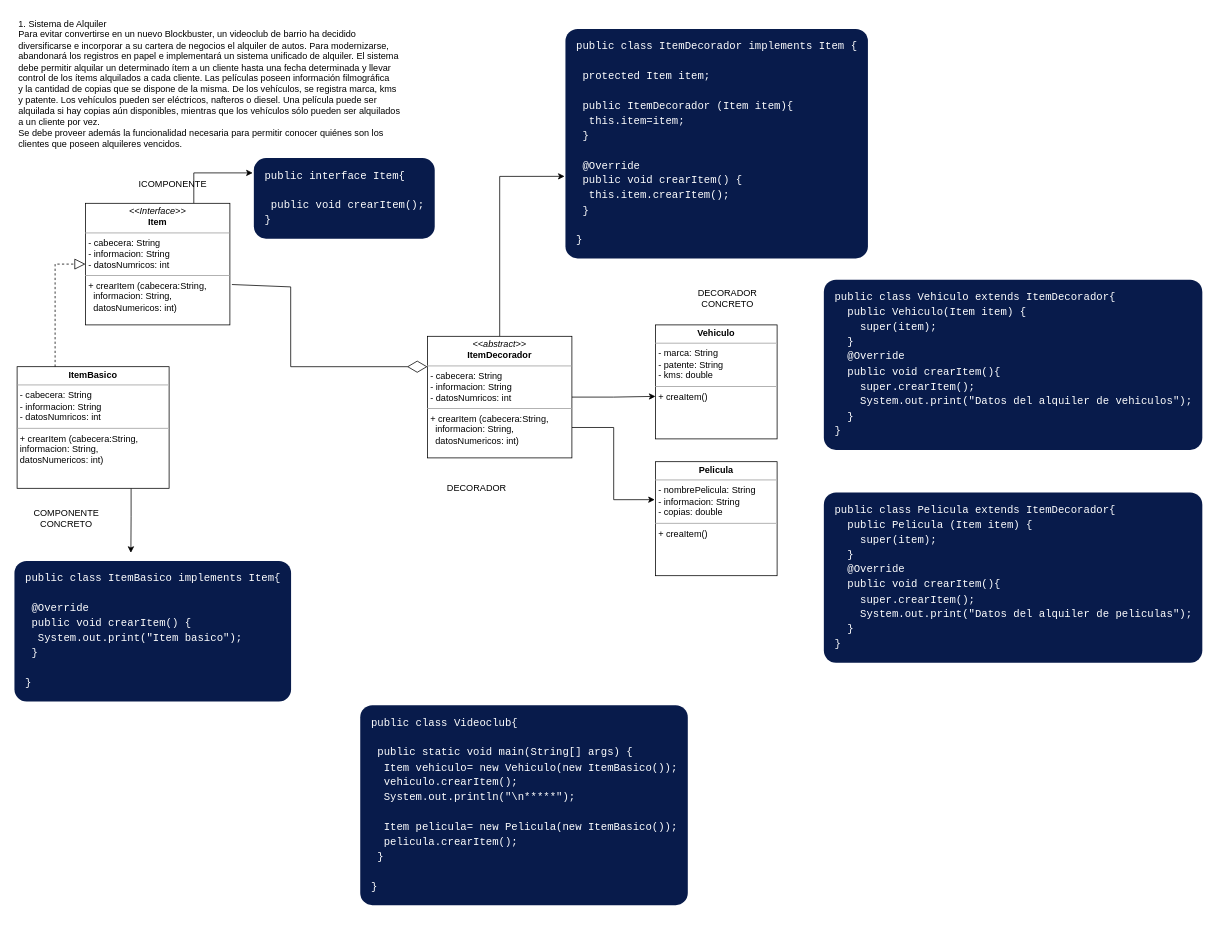
Earlier version of the draw.io diagram Prog2(TP6-Ejercicio1).drawio (darreceygor/Drawio). Source tidied: cells renumbered, new cells numbered last; positions are measured from the earlier drawing's top-left corner, leaving out a move shared by most shapes. Both pictures are drawn from the tidied source at 76%, with x=0, y=0 at pixel (13, 13).
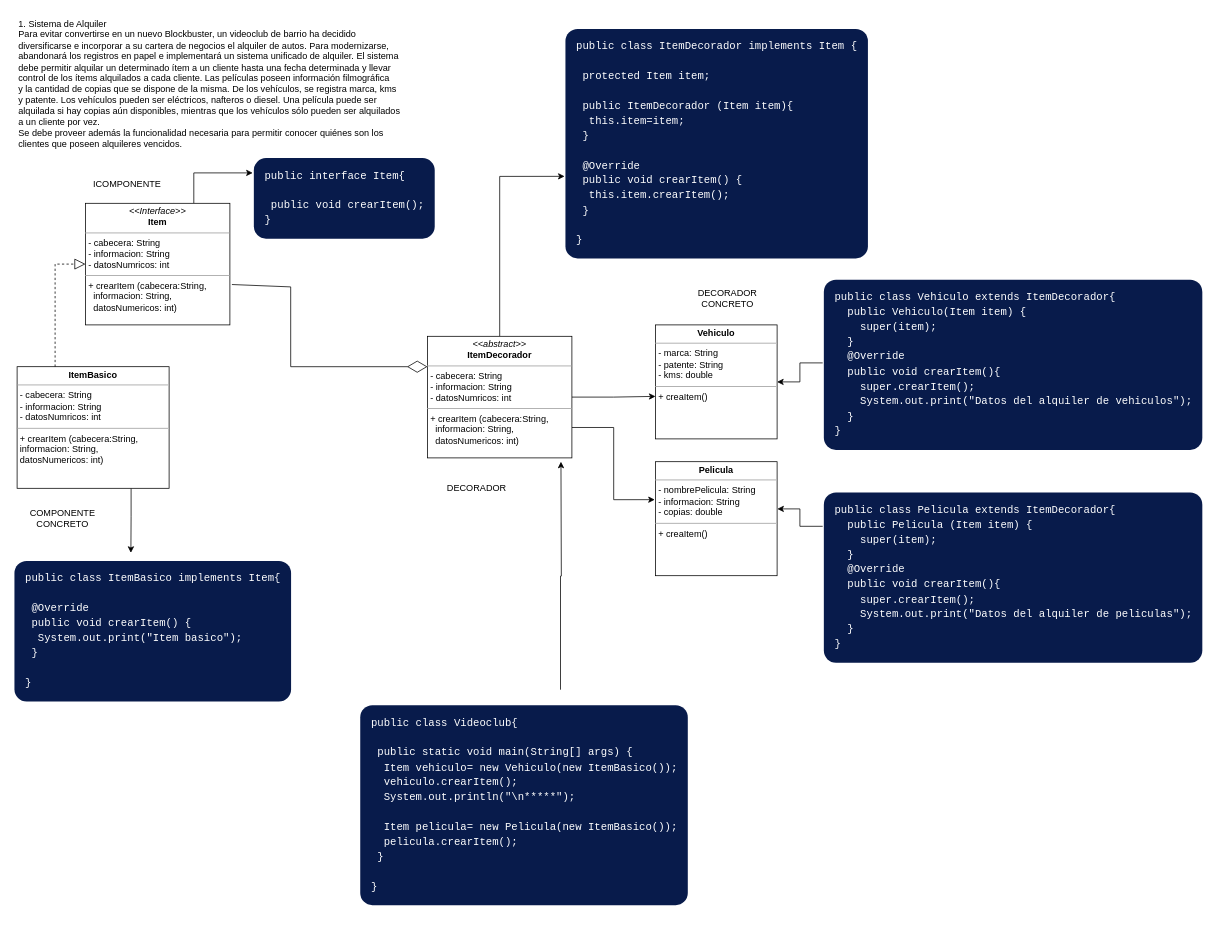
After the change.

The change refers to these unchanged cells:
```xml
<mxCell id="5" value="&lt;p style=&quot;margin:0px;margin-top:4px;text-align:center;&quot;&gt;&lt;b&gt;Vehiculo&lt;/b&gt;&lt;/p&gt;&lt;hr size=&quot;1&quot;&gt;&lt;p style=&quot;margin:0px;margin-left:4px;&quot;&gt;- marca: String&lt;/p&gt;&lt;p style=&quot;margin:0px;margin-left:4px;&quot;&gt;- patente: String&lt;/p&gt;&lt;p style=&quot;margin:0px;margin-left:4px;&quot;&gt;- kms: double&lt;/p&gt;&lt;hr size=&quot;1&quot;&gt;&lt;p style=&quot;margin:0px;margin-left:4px;&quot;&gt;+ creaItem()&lt;/p&gt;" style="verticalAlign=top;align=left;overflow=fill;fontSize=12;fontFamily=Helvetica;html=1;" parent="1" vertex="1">
  <mxGeometry x="845" y="410" width="160" height="150" as="geometry" />
</mxCell>
<mxCell id="6" value="&lt;p style=&quot;margin:0px;margin-top:4px;text-align:center;&quot;&gt;&lt;b&gt;Pelicula&lt;/b&gt;&lt;/p&gt;&lt;hr size=&quot;1&quot;&gt;&lt;p style=&quot;margin:0px;margin-left:4px;&quot;&gt;- nombrePelicula: String&lt;/p&gt;&lt;p style=&quot;margin:0px;margin-left:4px;&quot;&gt;- informacion: String&lt;/p&gt;&lt;p style=&quot;margin:0px;margin-left:4px;&quot;&gt;- copias: double&lt;/p&gt;&lt;hr size=&quot;1&quot;&gt;&lt;p style=&quot;margin:0px;margin-left:4px;&quot;&gt;+ creaItem()&lt;/p&gt;" style="verticalAlign=top;align=left;overflow=fill;fontSize=12;fontFamily=Helvetica;html=1;" parent="1" vertex="1">
  <mxGeometry x="845" y="590" width="160" height="150" as="geometry" />
</mxCell>
<mxCell id="22" value="&lt;pre style=&quot;box-sizing: border-box; font-family: monospace, monospace; font-size: 14px; background: rgb(8, 27, 75); border-radius: 16px; color: rgb(255, 255, 255); line-height: 1.4em; padding: 1em; display: block; margin: 1em 0px; overflow: auto; overflow-wrap: normal; font-style: normal; font-variant-ligatures: normal; font-variant-caps: normal; font-weight: 400; letter-spacing: normal; orphans: 2; text-align: left; text-indent: 0px; text-transform: none; widows: 2; word-spacing: 0px; -webkit-text-stroke-width: 0px; text-decoration-thickness: initial; text-decoration-style: initial; text-decoration-color: initial;&quot;&gt;&lt;code style=&quot;box-sizing: border-box; font-family: monospace, monospace; font-size: 14px; background: 0px center; border-radius: 0px; color: inherit; line-height: 1.4em; padding: 0px;&quot;&gt;public class Vehiculo extends ItemDecorador{&lt;br&gt;  public Vehiculo(Item item) {&lt;br&gt;    super(item);&lt;br&gt;  }&lt;br&gt;  @Override&lt;br&gt;  public void crearItem(){&lt;br&gt;    super.crearItem();&lt;br&gt;    System.out.print(&quot;Datos del alquiler de vehiculos&quot;);&lt;br&gt;  }&lt;br&gt;}&lt;/code&gt;&lt;/pre&gt;" style="text;whiteSpace=wrap;html=1;" parent="1" vertex="1">
  <mxGeometry x="1065" y="330" width="470" height="260" as="geometry" />
</mxCell>
<mxCell id="23" value="&lt;pre style=&quot;box-sizing: border-box; font-family: monospace, monospace; font-size: 14px; background: rgb(8, 27, 75); border-radius: 16px; color: rgb(255, 255, 255); line-height: 1.4em; padding: 1em; display: block; margin: 1em 0px; overflow: auto; overflow-wrap: normal; font-style: normal; font-variant-ligatures: normal; font-variant-caps: normal; font-weight: 400; letter-spacing: normal; orphans: 2; text-align: left; text-indent: 0px; text-transform: none; widows: 2; word-spacing: 0px; -webkit-text-stroke-width: 0px; text-decoration-thickness: initial; text-decoration-style: initial; text-decoration-color: initial;&quot;&gt;&lt;code style=&quot;box-sizing: border-box; font-family: monospace, monospace; font-size: 14px; background: 0px center; border-radius: 0px; color: inherit; line-height: 1.4em; padding: 0px;&quot;&gt;public class Pelicula extends ItemDecorador{&lt;br&gt;  public Pelicula (Item item) {&lt;br&gt;    super(item);&lt;br&gt;  }&lt;br&gt;  @Override&lt;br&gt;  public void crearItem(){&lt;br&gt;    super.crearItem();&lt;br&gt;    System.out.print(&quot;Datos del alquiler de peliculas&quot;);&lt;br&gt;  }&lt;br&gt;}&lt;/code&gt;&lt;/pre&gt;" style="text;whiteSpace=wrap;html=1;" parent="1" vertex="1">
  <mxGeometry x="1065" y="610" width="470" height="260" as="geometry" />
</mxCell>
```

Diff of the diagram source:
```diff
@@
     <mxCell id="10" value="ICOMPONENTE" style="text;html=1;strokeColor=none;fillColor=none;align=center;verticalAlign=middle;whiteSpace=wrap;rounded=0;" parent="1" vertex="1">
-      <mxGeometry x="145" y="210" width="130" height="30" as="geometry" />
+      <mxGeometry x="85" y="210" width="130" height="30" as="geometry" />
     </mxCell>
     <mxCell id="11" value="COMPONENTE CONCRETO" style="text;html=1;strokeColor=none;fillColor=none;align=center;verticalAlign=middle;whiteSpace=wrap;rounded=0;" parent="1" vertex="1">
-      <mxGeometry x="5" y="640" width="130" height="50" as="geometry" />
+      <mxGeometry y="640" width="130" height="50" as="geometry" />
     </mxCell>
@@
+    <mxCell id="25" style="edgeStyle=orthogonalEdgeStyle;rounded=0;jettySize=auto;html=1;exitX=0;exitY=0.5;exitDx=0;exitDy=0;entryX=1;entryY=0.5;entryDx=0;entryDy=0;" parent="1" edge="1" source="22" target="5">
+      <mxGeometry relative="1" as="geometry" />
+    </mxCell>
@@
+    <mxCell id="26" style="edgeStyle=orthogonalEdgeStyle;rounded=0;jettySize=auto;html=1;exitX=0;exitY=0.25;exitDx=0;exitDy=0;entryX=1.002;entryY=0.414;entryDx=0;entryDy=0;entryPerimeter=0;" parent="1" edge="1" source="23" target="6">
+      <mxGeometry relative="1" as="geometry" />
+    </mxCell>
@@
+    <mxCell id="27" style="edgeStyle=orthogonalEdgeStyle;rounded=0;jettySize=auto;html=1;exitX=0.5;exitY=0;exitDx=0;exitDy=0;" parent="1" edge="1" source="24">
+      <mxGeometry relative="1" as="geometry">
+        <mxPoint x="720.6" y="590" as="targetPoint" />
+      </mxGeometry>
+    </mxCell>
     <mxCell id="24" value="&lt;pre style=&quot;box-sizing: border-box; font-family: monospace, monospace; font-size: 14px; background: rgb(8, 27, 75); border-radius: 16px; color: rgb(255, 255, 255); line-height: 1.4em; padding: 1em; display: block; margin: 1em 0px; overflow: auto; overflow-wrap: normal; font-style: normal; font-variant-ligatures: normal; font-variant-caps: normal; font-weight: 400; letter-spacing: normal; orphans: 2; text-align: start; text-indent: 0px; text-transform: none; widows: 2; word-spacing: 0px; -webkit-text-stroke-width: 0px; text-decoration-thickness: initial; text-decoration-style: initial; text-decoration-color: initial;&quot;&gt;&lt;code style=&quot;box-sizing: border-box; font-family: monospace, monospace; font-size: 14px; background: 0px center; border-radius: 0px; color: inherit; line-height: 1.4em; padding: 0px;&quot;&gt;public class Videoclub{&lt;br&gt;&lt;br&gt; public static void main(String[] args) {&lt;br&gt;  Item vehiculo= new Vehiculo(new ItemBasico());&lt;br&gt;  vehiculo.crearItem();&lt;br&gt;  System.out.println(&quot;\n*****&quot;);&lt;br&gt;  &lt;br&gt;  Item pelicula= new Pelicula(new ItemBasico());&lt;br&gt;  pelicula.crearItem();&lt;br&gt; }&lt;br&gt;&lt;br&gt;}&lt;/code&gt;&lt;/pre&gt;" style="text;whiteSpace=wrap;html=1;" parent="1" vertex="1">
-      <mxGeometry x="455" y="890" width="670" height="320" as="geometry" />
+      <mxGeometry x="455" y="890" width="530" height="320" as="geometry" />
     </mxCell>
```
